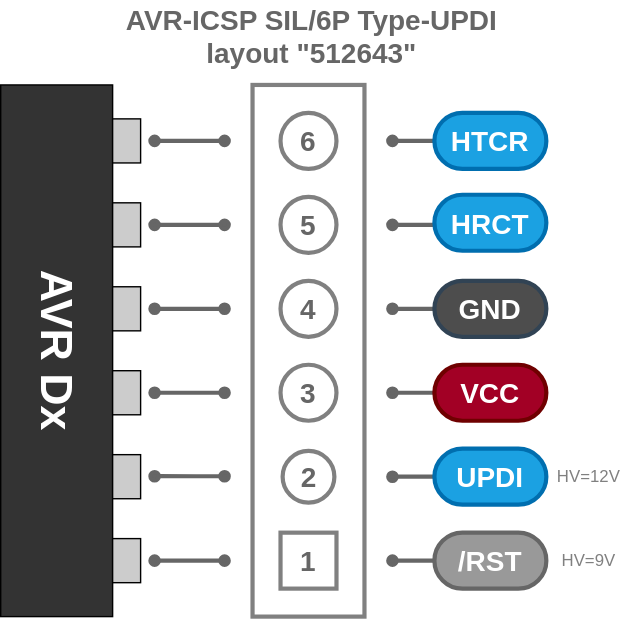
The draw.io diagram svg/AVR-ICSP-S6P-UPDI-512643.drawio.svg in askn37/askn37.github.io, before a commit. Source tidied: cells renumbered, new cells last; positions are measured from the earlier drawing's top-left corner, leaving out a move shared by most shapes.
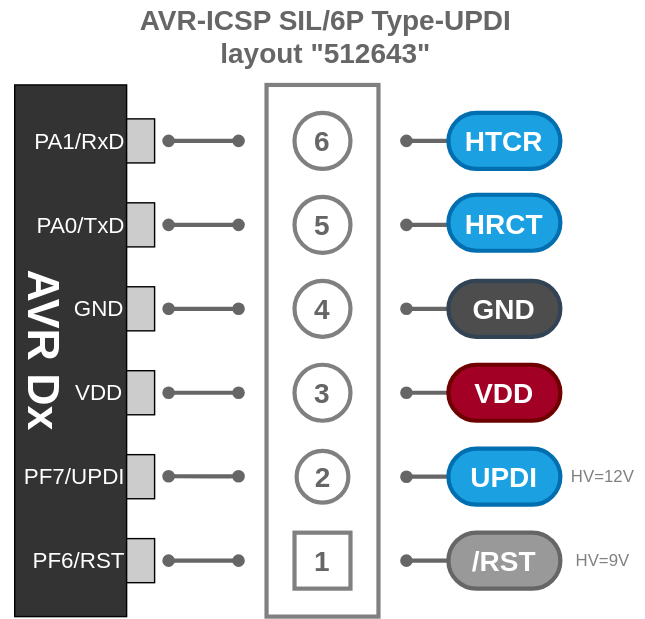
Above is the later version.

Change to the diagram source:
```diff
@@ -65,7 +65,7 @@
         <mxPoint x="430" y="340" as="targetPoint" />
       </mxGeometry>
     </mxCell>
-    <mxCell id="17" value="AVR Dx" style="rounded=1;whiteSpace=wrap;html=1;fillColor=#333333;fontColor=#FFFFFF;fontStyle=1;fontSize=32;arcSize=0;direction=south;rotation=90;" parent="1" vertex="1">
+    <mxCell id="17" value="AVR Dx" style="rounded=1;whiteSpace=wrap;html=1;fillColor=#333333;fontColor=#FFFFFF;fontStyle=1;fontSize=32;arcSize=0;direction=south;rotation=90;verticalAlign=bottom;" parent="1" vertex="1">
       <mxGeometry y="210" width="380" height="80" as="geometry" />
     </mxCell>
     <mxCell id="18" style="rounded=0;whiteSpace=wrap;html=1;fontSize=32;fontColor=#FFFFFF;fillColor=#CCCCCC;" parent="1" vertex="1">
@@ -131,7 +131,7 @@
     <mxCell id="29" value="/RST" style="rounded=1;whiteSpace=wrap;html=1;fontSize=20;strokeWidth=3;fontStyle=1;fillColor=#999999;strokeColor=#666666;fontColor=#ffffff;arcSize=50;" parent="1" vertex="1">
       <mxGeometry x="460" y="380" width="80" height="40" as="geometry" />
     </mxCell>
-    <mxCell id="30" value="VCC" style="rounded=1;whiteSpace=wrap;html=1;fontSize=20;strokeWidth=3;fontStyle=1;fillColor=#a20025;strokeColor=#6F0000;fontColor=#ffffff;arcSize=50;" parent="1" vertex="1">
+    <mxCell id="30" value="VDD" style="rounded=1;whiteSpace=wrap;html=1;fontSize=20;strokeWidth=3;fontStyle=1;fillColor=#a20025;strokeColor=#6F0000;fontColor=#ffffff;arcSize=50;" parent="1" vertex="1">
       <mxGeometry x="460" y="260" width="80" height="40" as="geometry" />
     </mxCell>
     <mxCell id="31" value="HTCR" style="rounded=1;whiteSpace=wrap;html=1;fontSize=20;strokeWidth=3;fontStyle=1;fillColor=#1ba1e2;strokeColor=#006EAF;fontColor=#ffffff;arcSize=50;" parent="1" vertex="1">
@@ -166,5 +166,23 @@
         </Array>
       </mxGeometry>
     </mxCell>
+    <mxCell id="37" value="PA1/RxD" style="text;html=1;align=right;verticalAlign=middle;fillColor=none;strokeColor=none;rounded=0;fontSize=16;fontColor=#FFFFFF;" parent="1" vertex="1">
+      <mxGeometry x="150" y="90" width="80" height="20" as="geometry" />
+    </mxCell>
+    <mxCell id="38" value="PA0/TxD" style="text;html=1;align=right;verticalAlign=middle;fillColor=none;strokeColor=none;rounded=0;fontSize=16;fontColor=#FFFFFF;" parent="1" vertex="1">
+      <mxGeometry x="150" y="150" width="80" height="20" as="geometry" />
+    </mxCell>
+    <mxCell id="39" value="GND" style="text;html=1;align=center;verticalAlign=middle;fillColor=none;strokeColor=none;rounded=0;fontSize=16;fontColor=#FFFFFF;" parent="1" vertex="1">
+      <mxGeometry x="185" y="210" width="50" height="20" as="geometry" />
+    </mxCell>
+    <mxCell id="40" value="VDD" style="text;html=1;align=center;verticalAlign=middle;fillColor=none;strokeColor=none;rounded=0;fontSize=16;fontColor=#FFFFFF;" parent="1" vertex="1">
+      <mxGeometry x="185" y="270" width="50" height="20" as="geometry" />
+    </mxCell>
+    <mxCell id="41" value="PF7/UPDI" style="text;html=1;align=right;verticalAlign=middle;fillColor=none;strokeColor=none;rounded=0;fontSize=16;fontColor=#FFFFFF;" parent="1" vertex="1">
+      <mxGeometry x="140" y="330" width="90" height="20" as="geometry" />
+    </mxCell>
+    <mxCell id="42" value="PF6/RST" style="text;html=1;align=right;verticalAlign=middle;fillColor=none;strokeColor=none;rounded=0;fontSize=16;fontColor=#FFFFFF;" parent="1" vertex="1">
+      <mxGeometry x="150" y="390" width="80" height="20" as="geometry" />
+    </mxCell>
   </root>
 </mxGraphModel>
```
